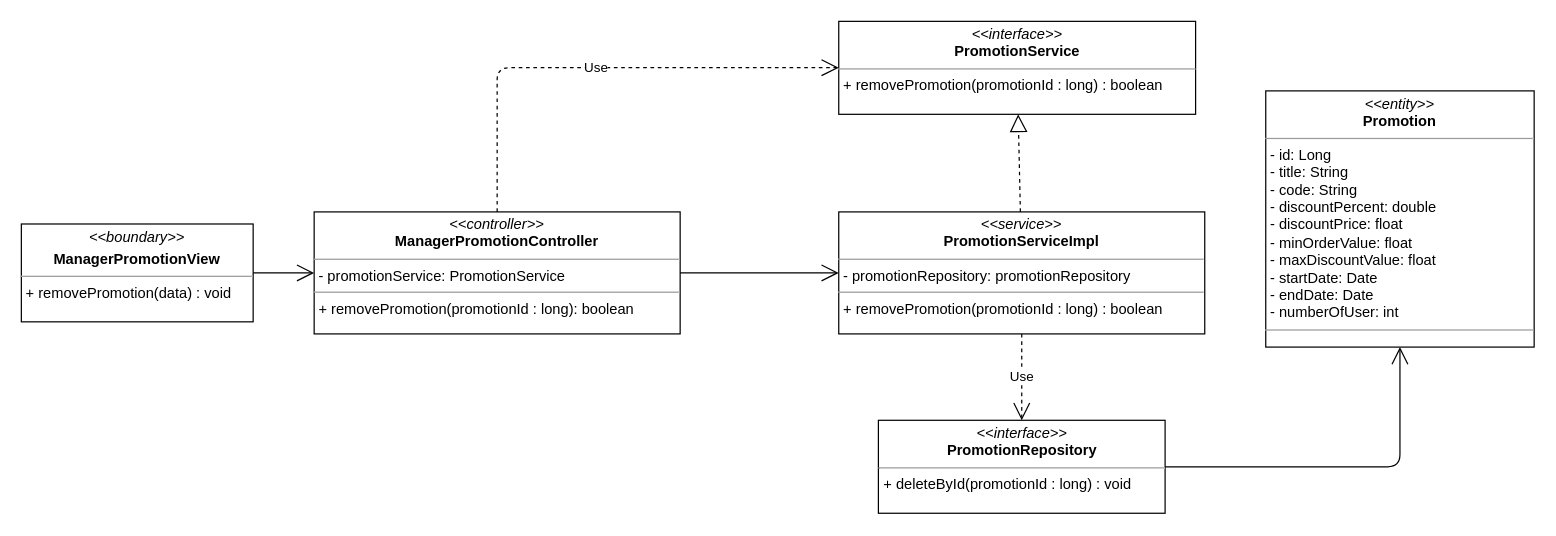
Earlier version of the draw.io diagram class diagram/remove-promotion-class-diagram.drawio (nguyenphamvan/datn_20202). Source tidied: cells renumbered, new cells numbered last; positions are measured from the earlier drawing's top-left corner, leaving out a move shared by most shapes. Both pictures are drawn from the tidied source at 122%, with x=0, y=0 at pixel (21, 21).
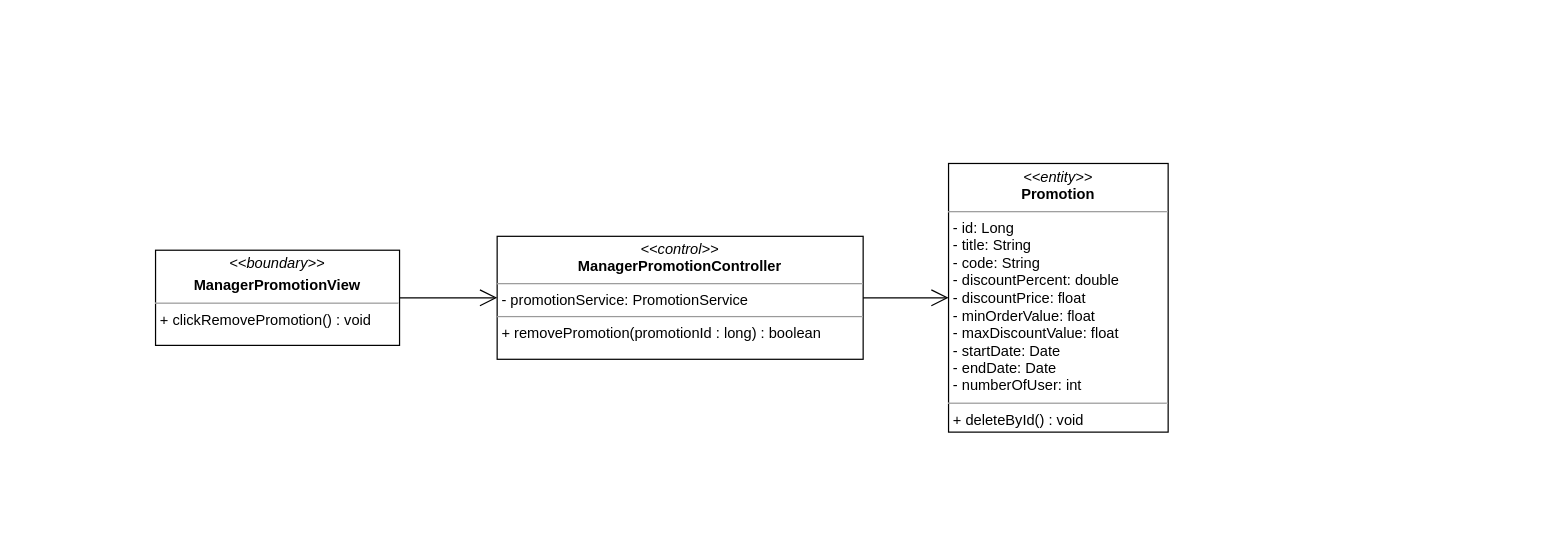
Above is the later version.

Change to the diagram source:
```diff
@@
 <mxGraphModel>
   <root>
     <mxCell id="0" />
     <mxCell id="1" parent="0" />
-    <mxCell id="2" value="&lt;p style=&quot;margin: 0px ; margin-top: 4px ; text-align: center&quot;&gt;&lt;i&gt;&amp;lt;&amp;lt;boundary&amp;gt;&amp;gt;&lt;/i&gt;&lt;/p&gt;&lt;p style=&quot;margin: 0px ; margin-top: 4px ; text-align: center&quot;&gt;&lt;b&gt;ManagerPromotionView&lt;/b&gt;&lt;/p&gt;&lt;hr size=&quot;1&quot;&gt;&lt;p style=&quot;margin: 0px ; margin-left: 4px&quot;&gt;&lt;span&gt;+ removePromotion(data) : void&lt;/span&gt;&lt;br&gt;&lt;/p&gt;" style="verticalAlign=top;align=left;overflow=fill;fontSize=12;fontFamily=Helvetica;html=1;" parent="1" vertex="1">
-      <mxGeometry y="166.1" width="190" height="80.2" as="geometry" />
-    </mxCell>
-    <mxCell id="3" style="endArrow=open;endFill=1;endSize=12;html=1;entryX=0;entryY=0.5;entryDx=0;entryDy=0;exitX=1;exitY=0.5;exitDx=0;exitDy=0;" parent="1" edge="1" source="2" target="7">
-      <mxGeometry relative="1" as="geometry" />
-    </mxCell>
-    <mxCell id="4" style="endArrow=open;endFill=1;endSize=12;html=1;exitX=1;exitY=0.5;exitDx=0;exitDy=0;edgeStyle=orthogonalEdgeStyle;" parent="1" edge="1" source="5" target="13">
-      <mxGeometry relative="1" as="geometry" />
-    </mxCell>
-    <mxCell id="5" value="&lt;p style=&quot;margin: 0px ; margin-top: 4px ; text-align: center&quot;&gt;&lt;i&gt;&amp;lt;&amp;lt;interface&amp;gt;&amp;gt;&lt;/i&gt;&lt;br&gt;&lt;b&gt;PromotionRepository&lt;/b&gt;&lt;/p&gt;&lt;hr size=&quot;1&quot;&gt;&lt;p style=&quot;margin: 0px ; margin-left: 4px&quot;&gt;+ deleteById(promotionId : long) : void&lt;/p&gt;" style="verticalAlign=top;align=left;overflow=fill;fontSize=12;fontFamily=Helvetica;html=1;" parent="1" vertex="1">
-      <mxGeometry x="702.5" y="327" width="235" height="76.2" as="geometry" />
-    </mxCell>
-    <mxCell id="6" value="&lt;p style=&quot;margin: 0px ; margin-top: 4px ; text-align: center&quot;&gt;&lt;i&gt;&amp;lt;&amp;lt;interface&amp;gt;&amp;gt;&lt;/i&gt;&lt;br&gt;&lt;b&gt;PromotionService&lt;/b&gt;&lt;/p&gt;&lt;hr size=&quot;1&quot;&gt;&lt;p style=&quot;margin: 0px ; margin-left: 4px&quot;&gt;+ removePromotion(promotionId : long) : boolean&lt;/p&gt;" style="verticalAlign=top;align=left;overflow=fill;fontSize=12;fontFamily=Helvetica;html=1;" parent="1" vertex="1">
-      <mxGeometry x="670" width="292.5" height="76.2" as="geometry" />
-    </mxCell>
-    <mxCell id="7" value="&lt;p style=&quot;margin: 0px ; margin-top: 4px ; text-align: center&quot;&gt;&lt;i&gt;&amp;lt;&amp;lt;controller&amp;gt;&amp;gt;&lt;/i&gt;&lt;br&gt;&lt;b&gt;ManagerPromotionController&lt;/b&gt;&lt;br&gt;&lt;/p&gt;&lt;hr size=&quot;1&quot;&gt;&lt;p style=&quot;margin: 0px ; margin-left: 4px&quot;&gt;- promotionService: PromotionService&lt;br&gt;&lt;/p&gt;&lt;hr size=&quot;1&quot;&gt;&lt;p style=&quot;margin: 0px ; margin-left: 4px&quot;&gt;+ removePromotion(promotionId : long): boolean&lt;br&gt;&lt;/p&gt;" style="verticalAlign=top;align=left;overflow=fill;fontSize=12;fontFamily=Helvetica;html=1;" parent="1" vertex="1">
-      <mxGeometry x="240" y="156.2" width="300" height="100" as="geometry" />
-    </mxCell>
-    <mxCell id="8" value="&lt;p style=&quot;margin: 0px ; margin-top: 4px ; text-align: center&quot;&gt;&lt;i&gt;&amp;lt;&amp;lt;service&amp;gt;&amp;gt;&lt;/i&gt;&lt;br&gt;&lt;b&gt;PromotionServiceImpl&lt;/b&gt;&lt;/p&gt;&lt;hr size=&quot;1&quot;&gt;&lt;p style=&quot;margin: 0px ; margin-left: 4px&quot;&gt;- promotionRepository: promotionRepository&lt;br&gt;&lt;/p&gt;&lt;hr size=&quot;1&quot;&gt;&lt;p style=&quot;margin: 0px ; margin-left: 4px&quot;&gt;+ removePromotion(promotionId : long) : boolean&lt;br&gt;&lt;/p&gt;" style="verticalAlign=top;align=left;overflow=fill;fontSize=12;fontFamily=Helvetica;html=1;" parent="1" vertex="1">
-      <mxGeometry x="670" y="156.2" width="300" height="100" as="geometry" />
-    </mxCell>
-    <mxCell id="9" value="Use" style="endArrow=open;endSize=12;dashed=1;html=1;edgeStyle=orthogonalEdgeStyle;exitX=0.5;exitY=0;exitDx=0;exitDy=0;" parent="1" edge="1" source="7" target="6">
-      <mxGeometry relative="1" as="geometry">
-        <Array as="points">
-          <mxPoint x="390" y="38" />
-        </Array>
-      </mxGeometry>
-    </mxCell>
-    <mxCell id="10" style="endArrow=block;dashed=1;endFill=0;endSize=12;html=1;" parent="1" edge="1" source="8" target="6">
-      <mxGeometry relative="1" as="geometry" />
-    </mxCell>
-    <mxCell id="11" value="Use" style="endArrow=open;endSize=12;dashed=1;html=1;" parent="1" edge="1" source="8" target="5">
-      <mxGeometry relative="1" as="geometry" />
-    </mxCell>
-    <mxCell id="12" style="endArrow=open;endFill=1;endSize=12;html=1;" parent="1" edge="1" source="7" target="8">
-      <mxGeometry relative="1" as="geometry" />
-    </mxCell>
-    <mxCell id="13" value="&lt;p style=&quot;margin: 0px ; margin-top: 4px ; text-align: center&quot;&gt;&lt;i&gt;&amp;lt;&amp;lt;entity&amp;gt;&amp;gt;&lt;/i&gt;&lt;br&gt;&lt;b&gt;Promotion&lt;/b&gt;&lt;/p&gt;&lt;hr size=&quot;1&quot;&gt;&lt;p style=&quot;margin: 0px ; margin-left: 4px&quot;&gt;- id: Long&lt;/p&gt;&lt;p style=&quot;margin: 0px 0px 0px 4px&quot;&gt;- title: String&lt;br&gt;- code: String&lt;/p&gt;&lt;p style=&quot;margin: 0px 0px 0px 4px&quot;&gt;- discountPercent: double&lt;/p&gt;&lt;p style=&quot;margin: 0px 0px 0px 4px&quot;&gt;- discountPrice: float&lt;/p&gt;&lt;p style=&quot;margin: 0px 0px 0px 4px&quot;&gt;- minOrderValue: float&lt;/p&gt;&lt;p style=&quot;margin: 0px 0px 0px 4px&quot;&gt;- maxDiscountValue: float&lt;/p&gt;&lt;p style=&quot;margin: 0px 0px 0px 4px&quot;&gt;- startDate: Date&lt;/p&gt;&lt;p style=&quot;margin: 0px 0px 0px 4px&quot;&gt;- endDate: Date&lt;/p&gt;&lt;p style=&quot;margin: 0px 0px 0px 4px&quot;&gt;- numberOfUser: int&lt;span&gt;&amp;nbsp;&lt;/span&gt;&lt;/p&gt;&lt;hr size=&quot;1&quot;&gt;&lt;p style=&quot;margin: 0px ; margin-left: 4px&quot;&gt;&lt;br&gt;&lt;/p&gt;" style="verticalAlign=top;align=left;overflow=fill;fontSize=12;fontFamily=Helvetica;html=1;" parent="1" vertex="1">
-      <mxGeometry x="1020" y="57" width="220" height="210" as="geometry" />
-    </mxCell>
+    <mxCell id="14" value="&lt;p style=&quot;margin: 0px ; margin-top: 4px ; text-align: center&quot;&gt;&lt;i&gt;&amp;lt;&amp;lt;control&amp;gt;&amp;gt;&lt;/i&gt;&lt;br&gt;&lt;b&gt;ManagerPromotionController&lt;/b&gt;&lt;br&gt;&lt;/p&gt;&lt;hr size=&quot;1&quot;&gt;&lt;p style=&quot;margin: 0px ; margin-left: 4px&quot;&gt;- promotionService: PromotionService&lt;br&gt;&lt;/p&gt;&lt;hr size=&quot;1&quot;&gt;&lt;p style=&quot;margin: 0px ; margin-left: 4px&quot;&gt;+ removePromotion(promotionId : long) : boolean&lt;br&gt;&lt;/p&gt;" style="verticalAlign=top;align=left;overflow=fill;fontSize=12;fontFamily=Helvetica;html=1;" parent="1" vertex="1">
+      <mxGeometry x="390" y="176.2" width="300" height="100.8" as="geometry" />
+    </mxCell>
+    <mxCell id="15" style="endArrow=open;endFill=1;endSize=12;html=1;" parent="1" edge="1" source="14" target="16">
+      <mxGeometry relative="1" as="geometry" />
+    </mxCell>
+    <mxCell id="16" value="&lt;p style=&quot;margin: 0px ; margin-top: 4px ; text-align: center&quot;&gt;&lt;i&gt;&amp;lt;&amp;lt;entity&amp;gt;&amp;gt;&lt;/i&gt;&lt;br&gt;&lt;b&gt;Promotion&lt;/b&gt;&lt;/p&gt;&lt;hr size=&quot;1&quot;&gt;&lt;p style=&quot;margin: 0px ; margin-left: 4px&quot;&gt;- id: Long&lt;/p&gt;&lt;p style=&quot;margin: 0px 0px 0px 4px&quot;&gt;- title: String&lt;br&gt;- code: String&lt;/p&gt;&lt;p style=&quot;margin: 0px 0px 0px 4px&quot;&gt;- discountPercent: double&lt;/p&gt;&lt;p style=&quot;margin: 0px 0px 0px 4px&quot;&gt;- discountPrice: float&lt;/p&gt;&lt;p style=&quot;margin: 0px 0px 0px 4px&quot;&gt;- minOrderValue: float&lt;/p&gt;&lt;p style=&quot;margin: 0px 0px 0px 4px&quot;&gt;- maxDiscountValue: float&lt;/p&gt;&lt;p style=&quot;margin: 0px 0px 0px 4px&quot;&gt;- startDate: Date&lt;/p&gt;&lt;p style=&quot;margin: 0px 0px 0px 4px&quot;&gt;- endDate: Date&lt;/p&gt;&lt;p style=&quot;margin: 0px 0px 0px 4px&quot;&gt;- numberOfUser: int&lt;span&gt;&amp;nbsp;&lt;/span&gt;&lt;/p&gt;&lt;hr size=&quot;1&quot;&gt;&lt;p style=&quot;margin: 0px ; margin-left: 4px&quot;&gt;+ deleteById() : void&lt;/p&gt;" style="verticalAlign=top;align=left;overflow=fill;fontSize=12;fontFamily=Helvetica;html=1;" parent="1" vertex="1">
+      <mxGeometry x="760" y="116.5" width="180" height="220.2" as="geometry" />
+    </mxCell>
+    <mxCell id="17" value="&lt;p style=&quot;margin: 0px ; margin-top: 4px ; text-align: center&quot;&gt;&lt;i&gt;&amp;lt;&amp;lt;boundary&amp;gt;&amp;gt;&lt;/i&gt;&lt;/p&gt;&lt;p style=&quot;margin: 0px ; margin-top: 4px ; text-align: center&quot;&gt;&lt;b&gt;ManagerPromotionView&lt;/b&gt;&lt;/p&gt;&lt;hr size=&quot;1&quot;&gt;&lt;p style=&quot;margin: 0px ; margin-left: 4px&quot;&gt;&lt;span&gt;+ clickRemovePromotion() : void&lt;/span&gt;&lt;/p&gt;" style="verticalAlign=top;align=left;overflow=fill;fontSize=12;fontFamily=Helvetica;html=1;" parent="1" vertex="1">
+      <mxGeometry x="110" y="187.6" width="200" height="78" as="geometry" />
+    </mxCell>
+    <mxCell id="18" style="endArrow=open;endFill=1;endSize=12;html=1;" parent="1" edge="1" source="17" target="14">
+      <mxGeometry relative="1" as="geometry" />
+    </mxCell>
   </root>
 </mxGraphModel>
```
